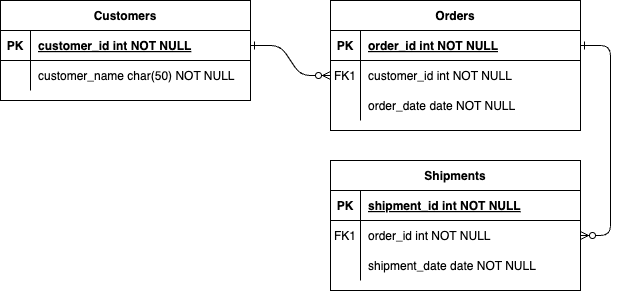
Earlier version of the draw.io export problem3.drawio.png (jimni0/2025_database_ERD). Source tidied: cells renumbered, new cells last; positions are measured from the earlier drawing's top-left corner, leaving out a move shared by most shapes.
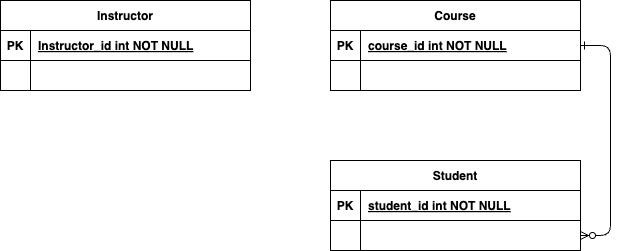
The same file after the commit.

Diff of the diagram source:
```diff
@@ -2,14 +2,11 @@
   <root>
     <mxCell id="0" />
     <mxCell id="1" parent="0" />
-    <mxCell id="2" style="edgeStyle=entityRelationEdgeStyle;endArrow=ERzeroToMany;startArrow=ERone;endFill=1;startFill=0;" parent="1" edge="1" source="25" target="8">
-      <mxGeometry relative="1" as="geometry" />
-    </mxCell>
     <mxCell id="3" style="edgeStyle=entityRelationEdgeStyle;endArrow=ERzeroToMany;startArrow=ERone;endFill=1;startFill=0;" parent="1" edge="1" source="5" target="18">
       <mxGeometry relative="1" as="geometry" />
     </mxCell>
-    <mxCell id="4" value="Orders" style="shape=table;startSize=30;rowLines=0;fontStyle=1;align=center;" parent="1" vertex="1">
-      <mxGeometry x="330" width="250" height="130" as="geometry" />
+    <mxCell id="4" value="Course" style="shape=table;startSize=30;rowLines=0;fontStyle=1;align=center;" parent="1" vertex="1">
+      <mxGeometry x="330" width="250" height="90" as="geometry" />
     </mxCell>
     <mxCell id="5" style="shape=partialRectangle;fillColor=none;points=[[0,0.5],[1,0.5]];portConstraint=eastwest;top=0;left=0;right=0;bottom=1;" parent="4" vertex="1">
       <mxGeometry y="30" width="250" height="30" as="geometry" />
@@ -17,29 +14,20 @@
     <mxCell id="6" value="PK" style="shape=partialRectangle;overflow=hidden;fillColor=none;top=0;left=0;bottom=0;right=0;fontStyle=1;" parent="5" vertex="1">
       <mxGeometry width="30" height="30" as="geometry" />
     </mxCell>
-    <mxCell id="7" value="order_id int NOT NULL " style="shape=partialRectangle;overflow=hidden;fillColor=none;top=0;left=0;bottom=0;right=0;align=left;spacingLeft=6;fontStyle=5;" parent="5" vertex="1">
+    <mxCell id="7" value="course_id int NOT NULL " style="shape=partialRectangle;overflow=hidden;fillColor=none;top=0;left=0;bottom=0;right=0;align=left;spacingLeft=6;fontStyle=5;" parent="5" vertex="1">
       <mxGeometry x="30" width="220" height="30" as="geometry" />
     </mxCell>
     <mxCell id="8" style="shape=partialRectangle;fillColor=none;points=[[0,0.5],[1,0.5]];portConstraint=eastwest;top=0;left=0;right=0;bottom=0;" parent="4" vertex="1">
       <mxGeometry y="60" width="250" height="30" as="geometry" />
     </mxCell>
-    <mxCell id="9" value="FK1" style="shape=partialRectangle;overflow=hidden;fillColor=none;top=0;left=0;bottom=0;right=0;" parent="8" vertex="1">
+    <mxCell id="9" style="shape=partialRectangle;overflow=hidden;fillColor=none;top=0;left=0;bottom=0;right=0;" parent="8" vertex="1">
       <mxGeometry width="30" height="30" as="geometry" />
     </mxCell>
-    <mxCell id="10" value="customer_id int NOT NULL" style="shape=partialRectangle;overflow=hidden;fillColor=none;top=0;left=0;bottom=0;right=0;align=left;spacingLeft=6;" parent="8" vertex="1">
+    <mxCell id="10" style="shape=partialRectangle;overflow=hidden;fillColor=none;top=0;left=0;bottom=0;right=0;align=left;spacingLeft=6;" parent="8" vertex="1">
       <mxGeometry x="30" width="220" height="30" as="geometry" />
     </mxCell>
-    <mxCell id="11" style="shape=partialRectangle;fillColor=none;top=0;left=0;right=0;bottom=0;" parent="4" vertex="1">
-      <mxGeometry y="90" width="250" height="30" as="geometry" />
-    </mxCell>
-    <mxCell id="12" style="shape=partialRectangle;overflow=hidden;fillColor=none;top=0;left=0;bottom=0;right=0;" parent="11" vertex="1">
-      <mxGeometry width="30" height="30" as="geometry" />
-    </mxCell>
-    <mxCell id="13" value="order_date date NOT NULL" style="shape=partialRectangle;overflow=hidden;fillColor=none;top=0;left=0;bottom=0;right=0;align=left;spacingLeft=6;" parent="11" vertex="1">
-      <mxGeometry x="30" width="220" height="30" as="geometry" />
-    </mxCell>
-    <mxCell id="14" value="Shipments" style="shape=table;startSize=30;rowLines=0;fontStyle=1;align=center;" parent="1" vertex="1">
-      <mxGeometry x="330" y="160" width="250" height="130" as="geometry" />
+    <mxCell id="14" value="Student" style="shape=table;startSize=30;rowLines=0;fontStyle=1;align=center;" parent="1" vertex="1">
+      <mxGeometry x="330" y="160" width="250" height="90" as="geometry" />
     </mxCell>
     <mxCell id="15" style="shape=partialRectangle;fillColor=none;top=0;left=0;right=0;bottom=1;" parent="14" vertex="1">
       <mxGeometry y="30" width="250" height="30" as="geometry" />
@@ -47,29 +35,20 @@
     <mxCell id="16" value="PK" style="shape=partialRectangle;overflow=hidden;fillColor=none;top=0;left=0;bottom=0;right=0;fontStyle=1;" parent="15" vertex="1">
       <mxGeometry width="30" height="30" as="geometry" />
     </mxCell>
-    <mxCell id="17" value="shipment_id int NOT NULL " style="shape=partialRectangle;overflow=hidden;fillColor=none;top=0;left=0;bottom=0;right=0;align=left;spacingLeft=6;fontStyle=5;" parent="15" vertex="1">
+    <mxCell id="17" value="student_id int NOT NULL " style="shape=partialRectangle;overflow=hidden;fillColor=none;top=0;left=0;bottom=0;right=0;align=left;spacingLeft=6;fontStyle=5;" parent="15" vertex="1">
       <mxGeometry x="30" width="220" height="30" as="geometry" />
     </mxCell>
     <mxCell id="18" style="shape=partialRectangle;fillColor=none;points=[[0,0.5],[1,0.5]];portConstraint=eastwest;top=0;left=0;right=0;bottom=0;" parent="14" vertex="1">
       <mxGeometry y="60" width="250" height="30" as="geometry" />
     </mxCell>
-    <mxCell id="19" value="FK1" style="shape=partialRectangle;overflow=hidden;fillColor=none;top=0;left=0;bottom=0;right=0;" parent="18" vertex="1">
+    <mxCell id="19" style="shape=partialRectangle;overflow=hidden;fillColor=none;top=0;left=0;bottom=0;right=0;" parent="18" vertex="1">
       <mxGeometry width="30" height="30" as="geometry" />
     </mxCell>
-    <mxCell id="20" value="order_id int NOT NULL" style="shape=partialRectangle;overflow=hidden;fillColor=none;top=0;left=0;bottom=0;right=0;align=left;spacingLeft=6;" parent="18" vertex="1">
+    <mxCell id="20" style="shape=partialRectangle;overflow=hidden;fillColor=none;top=0;left=0;bottom=0;right=0;align=left;spacingLeft=6;" parent="18" vertex="1">
       <mxGeometry x="30" width="220" height="30" as="geometry" />
     </mxCell>
-    <mxCell id="21" style="shape=partialRectangle;fillColor=none;top=0;left=0;right=0;bottom=0;" parent="14" vertex="1">
-      <mxGeometry y="90" width="250" height="30" as="geometry" />
-    </mxCell>
-    <mxCell id="22" style="shape=partialRectangle;overflow=hidden;fillColor=none;top=0;left=0;bottom=0;right=0;" parent="21" vertex="1">
-      <mxGeometry width="30" height="30" as="geometry" />
-    </mxCell>
-    <mxCell id="23" value="shipment_date date NOT NULL" style="shape=partialRectangle;overflow=hidden;fillColor=none;top=0;left=0;bottom=0;right=0;align=left;spacingLeft=6;" parent="21" vertex="1">
-      <mxGeometry x="30" width="220" height="30" as="geometry" />
-    </mxCell>
-    <mxCell id="24" value="Customers" style="shape=table;startSize=30;rowLines=0;fontStyle=1;align=center;" parent="1" vertex="1">
-      <mxGeometry width="250" height="100" as="geometry" />
+    <mxCell id="24" value="Instructor" style="shape=table;startSize=30;rowLines=0;fontStyle=1;align=center;" parent="1" vertex="1">
+      <mxGeometry width="250" height="90" as="geometry" />
     </mxCell>
     <mxCell id="25" style="shape=partialRectangle;fillColor=none;points=[[0,0.5],[1,0.5]];portConstraint=eastwest;top=0;left=0;right=0;bottom=1;" parent="24" vertex="1">
       <mxGeometry y="30" width="250" height="30" as="geometry" />
@@ -77,7 +56,7 @@
     <mxCell id="26" value="PK" style="shape=partialRectangle;overflow=hidden;fillColor=none;top=0;left=0;bottom=0;right=0;fontStyle=1;" parent="25" vertex="1">
       <mxGeometry width="30" height="30" as="geometry" />
     </mxCell>
-    <mxCell id="27" value="customer_id int NOT NULL " style="shape=partialRectangle;overflow=hidden;fillColor=none;top=0;left=0;bottom=0;right=0;align=left;spacingLeft=6;fontStyle=5;" parent="25" vertex="1">
+    <mxCell id="27" value="Instructor_id int NOT NULL " style="shape=partialRectangle;overflow=hidden;fillColor=none;top=0;left=0;bottom=0;right=0;align=left;spacingLeft=6;fontStyle=5;" parent="25" vertex="1">
       <mxGeometry x="30" width="220" height="30" as="geometry" />
     </mxCell>
     <mxCell id="28" style="shape=partialRectangle;fillColor=none;top=0;left=0;right=0;bottom=0;" parent="24" vertex="1">
@@ -86,7 +65,7 @@
     <mxCell id="29" style="shape=partialRectangle;overflow=hidden;fillColor=none;top=0;left=0;bottom=0;right=0;" parent="28" vertex="1">
       <mxGeometry width="30" height="30" as="geometry" />
     </mxCell>
-    <mxCell id="30" value="customer_name char(50) NOT NULL" style="shape=partialRectangle;overflow=hidden;fillColor=none;top=0;left=0;bottom=0;right=0;align=left;spacingLeft=6;" parent="28" vertex="1">
+    <mxCell id="30" style="shape=partialRectangle;overflow=hidden;fillColor=none;top=0;left=0;bottom=0;right=0;align=left;spacingLeft=6;" parent="28" vertex="1">
       <mxGeometry x="30" width="220" height="30" as="geometry" />
     </mxCell>
   </root>
```
